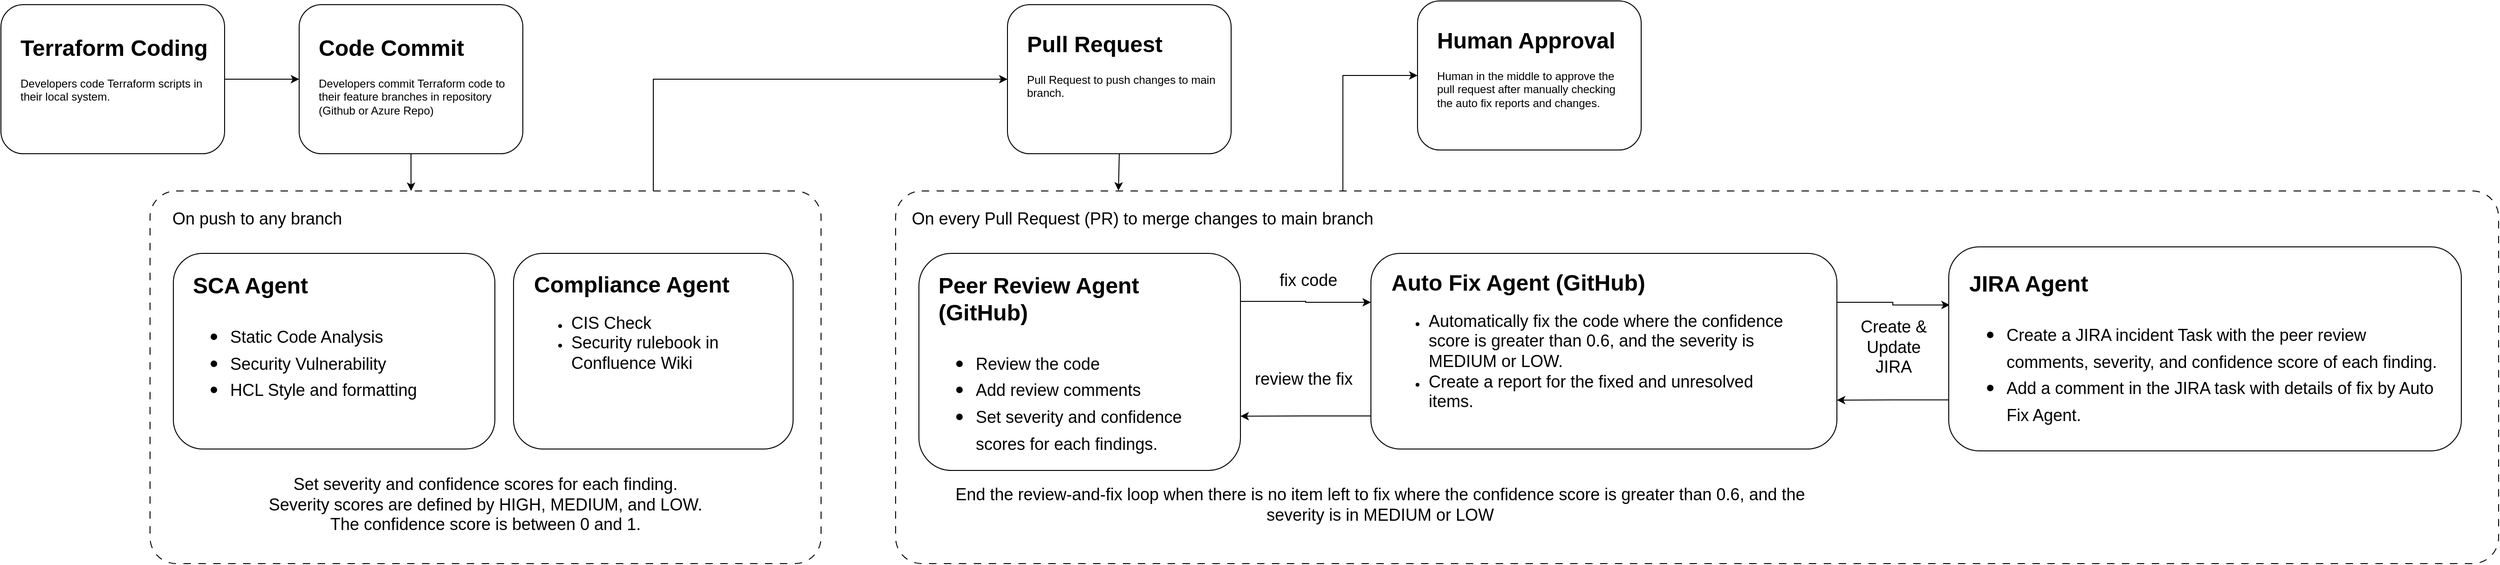
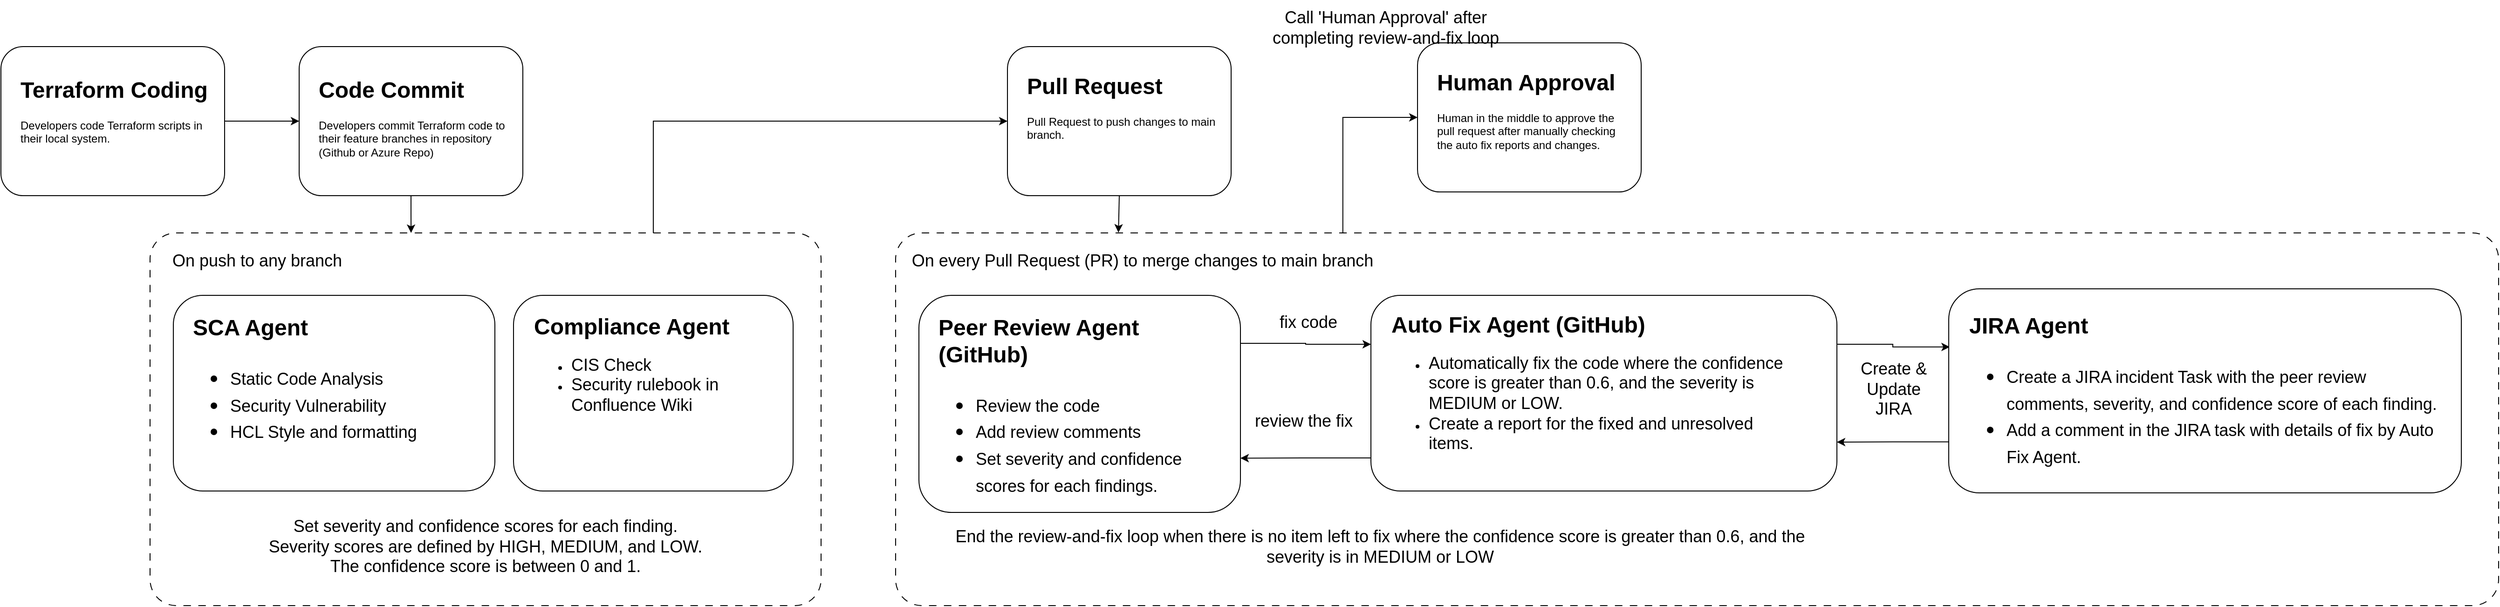
<mxfile host="app.diagrams.net">
  <diagram name="Page-1" id="llQ14HlxIDWXj9B5HY60">
    <mxGraphModel dx="1006" dy="638" grid="1" gridSize="10" guides="1" tooltips="1" connect="1" arrows="1" fold="1" page="1" pageScale="1" pageWidth="850" pageHeight="1100" math="0" shadow="0">
      <root>
        <mxCell id="0" />
        <mxCell id="1" parent="0" />
        <mxCell id="IWc9zJM8tDhvkjJ2dRjy-13" edge="1" parent="1" source="IWc9zJM8tDhvkjJ2dRjy-5" style="edgeStyle=orthogonalEdgeStyle;rounded=0;orthogonalLoop=1;jettySize=auto;html=1;entryX=0;entryY=0.5;entryDx=0;entryDy=0;exitX=0.75;exitY=0;exitDx=0;exitDy=0;" target="IWc9zJM8tDhvkjJ2dRjy-1">
          <mxGeometry relative="1" as="geometry" />
        </mxCell>
        <mxCell id="oJW8UGhNAXkty13G2p3x-1" parent="1" style="rounded=1;whiteSpace=wrap;html=1;" value="" vertex="1">
          <mxGeometry height="160" width="240" x="440" y="200" as="geometry" />
        </mxCell>
        <mxCell id="oJW8UGhNAXkty13G2p3x-3" parent="1" style="text;html=1;whiteSpace=wrap;overflow=hidden;rounded=0;" value="&lt;h1 style=&quot;margin-top: 0px;&quot;&gt;Code Commit&lt;/h1&gt;&lt;p&gt;Developers commit Terraform code to their feature branches in repository (Github or Azure Repo)&lt;/p&gt;" vertex="1">
          <mxGeometry height="100" width="210" x="459" y="226" as="geometry" />
        </mxCell>
        <mxCell id="IWc9zJM8tDhvkjJ2dRjy-35" edge="1" parent="1" source="IWc9zJM8tDhvkjJ2dRjy-14" style="edgeStyle=orthogonalEdgeStyle;rounded=0;orthogonalLoop=1;jettySize=auto;html=1;entryX=0;entryY=0.5;entryDx=0;entryDy=0;exitX=0.279;exitY=0.025;exitDx=0;exitDy=0;exitPerimeter=0;" target="IWc9zJM8tDhvkjJ2dRjy-33">
          <mxGeometry relative="1" as="geometry">
            <Array as="points">
              <mxPoint x="1560" y="276" />
            </Array>
          </mxGeometry>
        </mxCell>
        <mxCell id="IWc9zJM8tDhvkjJ2dRjy-1" parent="1" style="rounded=1;whiteSpace=wrap;html=1;" value="" vertex="1">
          <mxGeometry height="160" width="240" x="1200" y="200" as="geometry" />
        </mxCell>
        <mxCell id="IWc9zJM8tDhvkjJ2dRjy-2" parent="1" style="text;html=1;whiteSpace=wrap;overflow=hidden;rounded=0;" value="&lt;h1 style=&quot;margin-top: 0px;&quot;&gt;Pull Request&lt;/h1&gt;&lt;p&gt;Pull Request to push changes to main branch.&lt;/p&gt;" vertex="1">
          <mxGeometry height="100" width="210" x="1219" y="222" as="geometry" />
        </mxCell>
        <mxCell id="IWc9zJM8tDhvkjJ2dRjy-12" edge="1" parent="1" source="IWc9zJM8tDhvkjJ2dRjy-3" style="edgeStyle=orthogonalEdgeStyle;rounded=0;orthogonalLoop=1;jettySize=auto;html=1;exitX=1;exitY=0.5;exitDx=0;exitDy=0;entryX=0;entryY=0.5;entryDx=0;entryDy=0;" target="oJW8UGhNAXkty13G2p3x-1">
          <mxGeometry relative="1" as="geometry" />
        </mxCell>
        <mxCell id="IWc9zJM8tDhvkjJ2dRjy-3" parent="1" style="rounded=1;whiteSpace=wrap;html=1;" value="" vertex="1">
          <mxGeometry height="160" width="240" x="120" y="200" as="geometry" />
        </mxCell>
        <mxCell id="IWc9zJM8tDhvkjJ2dRjy-4" parent="1" style="text;html=1;whiteSpace=wrap;overflow=hidden;rounded=0;" value="&lt;h1 style=&quot;margin-top: 0px;&quot;&gt;Terraform Coding&lt;/h1&gt;&lt;p&gt;Developers code Terraform scripts in their local system.&lt;/p&gt;" vertex="1">
          <mxGeometry height="100" width="210" x="139" y="226" as="geometry" />
        </mxCell>
        <mxCell id="IWc9zJM8tDhvkjJ2dRjy-5" parent="1" style="rounded=1;whiteSpace=wrap;html=1;arcSize=7;dashed=1;dashPattern=8 8;" value="" vertex="1">
          <mxGeometry height="400" width="720" x="280" y="400" as="geometry" />
        </mxCell>
        <mxCell id="IWc9zJM8tDhvkjJ2dRjy-6" parent="1" style="text;html=1;whiteSpace=wrap;strokeColor=none;fillColor=none;align=center;verticalAlign=middle;rounded=0;" value="&lt;font style=&quot;font-size: 18px;&quot;&gt;On push to any branch&lt;/font&gt;" vertex="1">
          <mxGeometry height="30" width="210" x="290" y="415" as="geometry" />
        </mxCell>
        <mxCell id="IWc9zJM8tDhvkjJ2dRjy-7" parent="1" style="rounded=1;whiteSpace=wrap;html=1;" value="" vertex="1">
          <mxGeometry height="210" width="345" x="305" y="467" as="geometry" />
        </mxCell>
        <mxCell id="IWc9zJM8tDhvkjJ2dRjy-8" parent="1" style="text;html=1;whiteSpace=wrap;overflow=hidden;rounded=0;" value="&lt;h1 style=&quot;margin-top: 0px;&quot;&gt;SCA Agent&lt;/h1&gt;&lt;h1 style=&quot;margin-top: 0px;&quot;&gt;&lt;p style=&quot;font-size: 12px; font-weight: 400;&quot;&gt;&lt;/p&gt;&lt;ul&gt;&lt;li&gt;&lt;span style=&quot;font-size: 18px; font-weight: normal;&quot;&gt;Static Code Analysis&lt;/span&gt;&lt;/li&gt;&lt;li&gt;&lt;span style=&quot;font-size: 18px; font-weight: normal;&quot;&gt;Security Vulnerability&lt;/span&gt;&lt;/li&gt;&lt;li&gt;&lt;span style=&quot;font-size: 18px; font-weight: normal;&quot;&gt;HCL Style and formatting&lt;/span&gt;&lt;/li&gt;&lt;/ul&gt;&lt;p&gt;&lt;/p&gt;&lt;/h1&gt;" vertex="1">
          <mxGeometry height="183" width="306" x="324" y="481" as="geometry" />
        </mxCell>
        <mxCell id="IWc9zJM8tDhvkjJ2dRjy-9" parent="1" style="rounded=1;whiteSpace=wrap;html=1;" value="" vertex="1">
          <mxGeometry height="210" width="300" x="670" y="467" as="geometry" />
        </mxCell>
        <mxCell id="IWc9zJM8tDhvkjJ2dRjy-10" parent="1" style="text;html=1;whiteSpace=wrap;overflow=hidden;rounded=0;" value="&lt;h1 style=&quot;margin-top: 0px;&quot;&gt;Compliance Agent&lt;/h1&gt;&lt;p&gt;&lt;/p&gt;&lt;ul&gt;&lt;li&gt;&lt;span style=&quot;font-size: 18px;&quot;&gt;CIS Check&lt;/span&gt;&lt;/li&gt;&lt;li&gt;&lt;span style=&quot;font-size: 18px;&quot;&gt;Security rulebook in Confluence Wiki&lt;/span&gt;&lt;/li&gt;&lt;/ul&gt;&lt;p&gt;&lt;/p&gt;" vertex="1">
          <mxGeometry height="180" width="269" x="690" y="480" as="geometry" />
        </mxCell>
        <mxCell id="IWc9zJM8tDhvkjJ2dRjy-11" edge="1" parent="1" source="oJW8UGhNAXkty13G2p3x-1" style="edgeStyle=orthogonalEdgeStyle;rounded=0;orthogonalLoop=1;jettySize=auto;html=1;exitX=0.5;exitY=1;exitDx=0;exitDy=0;entryX=0.389;entryY=0;entryDx=0;entryDy=0;entryPerimeter=0;" target="IWc9zJM8tDhvkjJ2dRjy-5">
          <mxGeometry relative="1" as="geometry" />
        </mxCell>
        <mxCell id="IWc9zJM8tDhvkjJ2dRjy-14" parent="1" style="rounded=1;whiteSpace=wrap;html=1;arcSize=7;dashed=1;dashPattern=8 8;" value="" vertex="1">
          <mxGeometry height="400" width="1720" x="1080" y="400" as="geometry" />
        </mxCell>
        <mxCell id="IWc9zJM8tDhvkjJ2dRjy-15" parent="1" style="text;html=1;whiteSpace=wrap;strokeColor=none;fillColor=none;align=center;verticalAlign=middle;rounded=0;" value="&lt;font style=&quot;font-size: 18px;&quot;&gt;On every Pull Request (PR) to merge changes to main branch&lt;/font&gt;" vertex="1">
          <mxGeometry height="30" width="510" x="1090" y="415" as="geometry" />
        </mxCell>
        <mxCell id="IWc9zJM8tDhvkjJ2dRjy-22" edge="1" parent="1" source="IWc9zJM8tDhvkjJ2dRjy-16" style="edgeStyle=orthogonalEdgeStyle;rounded=0;orthogonalLoop=1;jettySize=auto;html=1;exitX=1;exitY=0.221;exitDx=0;exitDy=0;entryX=0;entryY=0.25;entryDx=0;entryDy=0;exitPerimeter=0;" target="IWc9zJM8tDhvkjJ2dRjy-18">
          <mxGeometry relative="1" as="geometry" />
        </mxCell>
        <mxCell id="IWc9zJM8tDhvkjJ2dRjy-16" parent="1" style="rounded=1;whiteSpace=wrap;html=1;" value="" vertex="1">
          <mxGeometry height="233" width="345" x="1105" y="467" as="geometry" />
        </mxCell>
        <mxCell id="IWc9zJM8tDhvkjJ2dRjy-17" parent="1" style="text;html=1;whiteSpace=wrap;overflow=hidden;rounded=0;" value="&lt;h1 style=&quot;margin-top: 0px;&quot;&gt;Peer Review Agent (GitHub)&lt;/h1&gt;&lt;h1 style=&quot;margin-top: 0px;&quot;&gt;&lt;p style=&quot;font-size: 12px; font-weight: 400;&quot;&gt;&lt;/p&gt;&lt;ul&gt;&lt;li&gt;&lt;span style=&quot;font-size: 18px; font-weight: 400;&quot;&gt;Review the code&lt;/span&gt;&lt;/li&gt;&lt;li&gt;&lt;span style=&quot;font-size: 18px; font-weight: 400;&quot;&gt;Add review comments&lt;/span&gt;&lt;/li&gt;&lt;li&gt;&lt;span style=&quot;font-size: 18px; font-weight: 400;&quot;&gt;Set severity and confidence scores for each findings.&lt;/span&gt;&lt;/li&gt;&lt;/ul&gt;&lt;p&gt;&lt;/p&gt;&lt;/h1&gt;" vertex="1">
          <mxGeometry height="209" width="306" x="1124" y="481" as="geometry" />
        </mxCell>
        <mxCell id="IWc9zJM8tDhvkjJ2dRjy-23" edge="1" parent="1" source="IWc9zJM8tDhvkjJ2dRjy-18" style="edgeStyle=orthogonalEdgeStyle;rounded=0;orthogonalLoop=1;jettySize=auto;html=1;exitX=0;exitY=0.831;exitDx=0;exitDy=0;entryX=1;entryY=0.75;entryDx=0;entryDy=0;exitPerimeter=0;" target="IWc9zJM8tDhvkjJ2dRjy-16">
          <mxGeometry relative="1" as="geometry" />
        </mxCell>
        <mxCell id="IWc9zJM8tDhvkjJ2dRjy-31" edge="1" parent="1" source="IWc9zJM8tDhvkjJ2dRjy-18" style="edgeStyle=orthogonalEdgeStyle;rounded=0;orthogonalLoop=1;jettySize=auto;html=1;exitX=1;exitY=0.25;exitDx=0;exitDy=0;entryX=0.002;entryY=0.285;entryDx=0;entryDy=0;entryPerimeter=0;" target="IWc9zJM8tDhvkjJ2dRjy-27">
          <mxGeometry relative="1" as="geometry" />
        </mxCell>
        <mxCell id="IWc9zJM8tDhvkjJ2dRjy-18" parent="1" style="rounded=1;whiteSpace=wrap;html=1;" value="" vertex="1">
          <mxGeometry height="210" width="500" x="1590" y="467" as="geometry" />
        </mxCell>
        <mxCell id="IWc9zJM8tDhvkjJ2dRjy-19" parent="1" style="text;html=1;whiteSpace=wrap;overflow=hidden;rounded=0;" value="&lt;h1 style=&quot;margin-top: 0px;&quot;&gt;Auto Fix Agent (GitHub)&lt;/h1&gt;&lt;p&gt;&lt;/p&gt;&lt;ul&gt;&lt;li&gt;&lt;span style=&quot;font-size: 18px;&quot;&gt;Automatically fix the code where the confidence score is greater than 0.6, and the severity is MEDIUM or LOW.&amp;nbsp;&lt;/span&gt;&lt;/li&gt;&lt;li&gt;&lt;span style=&quot;font-size: 18px;&quot;&gt;Create a report for the fixed and unresolved items.&lt;/span&gt;&lt;/li&gt;&lt;/ul&gt;&lt;p&gt;&lt;/p&gt;" vertex="1">
          <mxGeometry height="192" width="440" x="1610" y="478" as="geometry" />
        </mxCell>
        <mxCell id="IWc9zJM8tDhvkjJ2dRjy-20" parent="1" style="text;whiteSpace=wrap;fontSize=18;align=center;" value="Set severity and confidence scores for each finding.&#xa;Severity scores are defined by HIGH, MEDIUM, and LOW.&#xa;The confidence score is between 0 and 1." vertex="1">
          <mxGeometry height="77" width="640" x="320" y="698" as="geometry" />
        </mxCell>
        <mxCell id="IWc9zJM8tDhvkjJ2dRjy-21" edge="1" parent="1" source="IWc9zJM8tDhvkjJ2dRjy-1" style="edgeStyle=orthogonalEdgeStyle;rounded=0;orthogonalLoop=1;jettySize=auto;html=1;exitX=0.5;exitY=1;exitDx=0;exitDy=0;entryX=0.139;entryY=-0.001;entryDx=0;entryDy=0;entryPerimeter=0;" target="IWc9zJM8tDhvkjJ2dRjy-14">
          <mxGeometry relative="1" as="geometry" />
        </mxCell>
        <mxCell id="IWc9zJM8tDhvkjJ2dRjy-24" parent="1" style="text;html=1;whiteSpace=wrap;strokeColor=none;fillColor=none;align=center;verticalAlign=middle;rounded=0;" value="&lt;font style=&quot;font-size: 18px;&quot;&gt;fix code&lt;/font&gt;" vertex="1">
          <mxGeometry height="30" width="82" x="1482" y="481" as="geometry" />
        </mxCell>
        <mxCell id="IWc9zJM8tDhvkjJ2dRjy-25" parent="1" style="text;html=1;whiteSpace=wrap;strokeColor=none;fillColor=none;align=center;verticalAlign=middle;rounded=0;" value="&lt;font style=&quot;font-size: 18px;&quot;&gt;review the fix&lt;/font&gt;" vertex="1">
          <mxGeometry height="30" width="120" x="1458" y="587" as="geometry" />
        </mxCell>
        <mxCell id="IWc9zJM8tDhvkjJ2dRjy-26" parent="1" style="text;html=1;whiteSpace=wrap;strokeColor=none;fillColor=none;align=center;verticalAlign=middle;rounded=0;" value="&lt;font style=&quot;font-size: 18px;&quot;&gt;End the review-and-fix loop when there is no item left to fix where the confidence score is greater than 0.6, and the severity is in MEDIUM or LOW&lt;/font&gt;" vertex="1">
          <mxGeometry height="50" width="980" x="1110" y="711.5" as="geometry" />
        </mxCell>
        <mxCell id="IWc9zJM8tDhvkjJ2dRjy-30" edge="1" parent="1" source="IWc9zJM8tDhvkjJ2dRjy-27" style="edgeStyle=orthogonalEdgeStyle;rounded=0;orthogonalLoop=1;jettySize=auto;html=1;exitX=0;exitY=0.75;exitDx=0;exitDy=0;entryX=1;entryY=0.75;entryDx=0;entryDy=0;" target="IWc9zJM8tDhvkjJ2dRjy-18">
          <mxGeometry relative="1" as="geometry" />
        </mxCell>
        <mxCell id="IWc9zJM8tDhvkjJ2dRjy-27" parent="1" style="rounded=1;whiteSpace=wrap;html=1;" value="" vertex="1">
          <mxGeometry height="219" width="550" x="2210" y="460" as="geometry" />
        </mxCell>
        <mxCell id="IWc9zJM8tDhvkjJ2dRjy-28" parent="1" style="text;html=1;whiteSpace=wrap;overflow=hidden;rounded=0;" value="&lt;h1 style=&quot;margin-top: 0px;&quot;&gt;JIRA Agent&lt;/h1&gt;&lt;h1 style=&quot;margin-top: 0px;&quot;&gt;&lt;p style=&quot;font-size: 12px; font-weight: 400;&quot;&gt;&lt;/p&gt;&lt;ul&gt;&lt;li&gt;&lt;span style=&quot;font-size: 18px; font-weight: 400;&quot;&gt;Create a JIRA incident Task with the peer review comments, severity, and confidence score of each finding.&lt;/span&gt;&lt;/li&gt;&lt;li&gt;&lt;span style=&quot;font-size: 18px; font-weight: 400;&quot;&gt;Add a comment in the JIRA task with details of fix by Auto Fix Agent.&lt;/span&gt;&lt;/li&gt;&lt;/ul&gt;&lt;p&gt;&lt;/p&gt;&lt;/h1&gt;" vertex="1">
          <mxGeometry height="191" width="510" x="2230" y="479" as="geometry" />
        </mxCell>
        <mxCell id="IWc9zJM8tDhvkjJ2dRjy-32" parent="1" style="text;html=1;whiteSpace=wrap;strokeColor=none;fillColor=none;align=center;verticalAlign=middle;rounded=0;" value="&lt;font style=&quot;font-size: 18px;&quot;&gt;Create &amp;amp; Update JIRA&lt;/font&gt;" vertex="1">
          <mxGeometry height="57.5" width="102" x="2100" y="539" as="geometry" />
        </mxCell>
        <mxCell id="IWc9zJM8tDhvkjJ2dRjy-33" parent="1" style="rounded=1;whiteSpace=wrap;html=1;" value="" vertex="1">
          <mxGeometry height="160" width="240" x="1640" y="196" as="geometry" />
        </mxCell>
        <mxCell id="IWc9zJM8tDhvkjJ2dRjy-34" parent="1" style="text;html=1;whiteSpace=wrap;overflow=hidden;rounded=0;" value="&lt;h1 style=&quot;margin-top: 0px;&quot;&gt;Human Approval&lt;/h1&gt;&lt;p&gt;Human in the middle to approve the pull request after manually checking the auto fix reports and changes.&amp;nbsp;&lt;/p&gt;" vertex="1">
          <mxGeometry height="100" width="210" x="1659" y="218" as="geometry" />
        </mxCell>
+         <mxCell id="IWc9zJM8tDhvkjJ2dRjy-36" parent="1" style="text;html=1;whiteSpace=wrap;strokeColor=none;fillColor=none;align=center;verticalAlign=middle;rounded=0;" value="&lt;font style=&quot;font-size: 18px;&quot;&gt;Call &#39;Human Approval&#39; after completing review-and-fix loop&lt;/font&gt;" vertex="1">
+           <mxGeometry height="60" width="248" x="1482" y="150" as="geometry" />
+         </mxCell>
      </root>
    </mxGraphModel>
  </diagram>
</mxfile>
